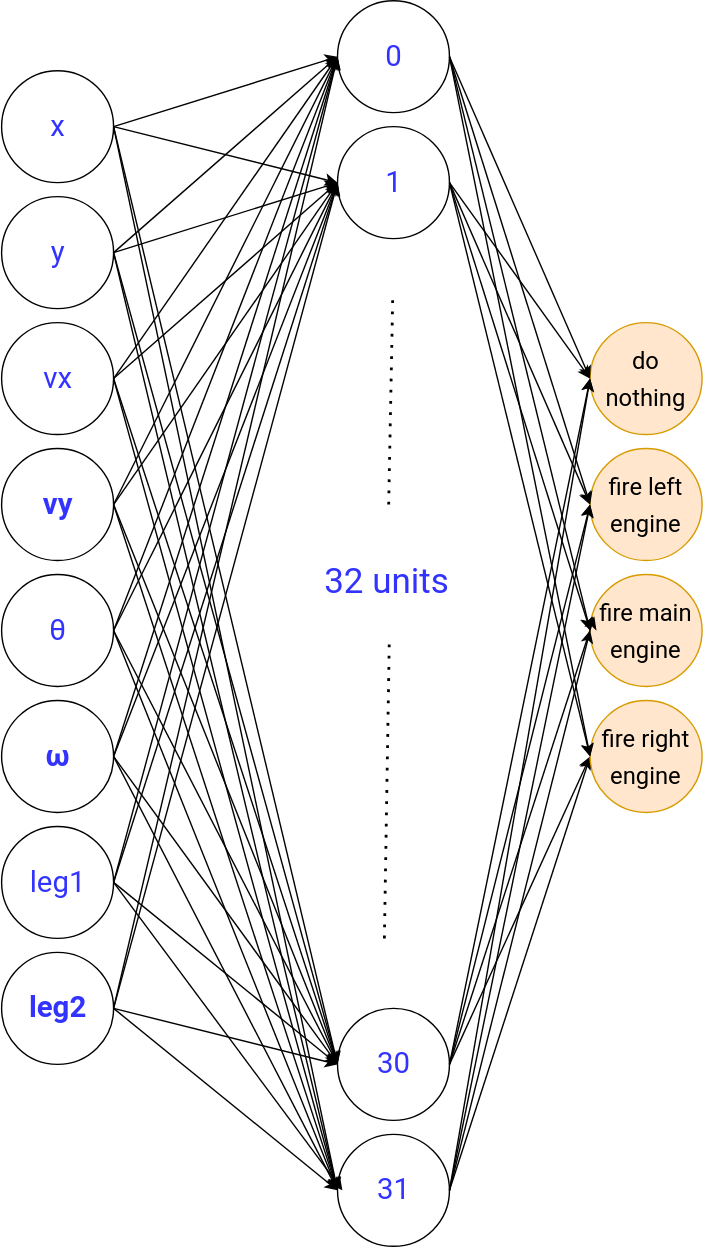
Paulescu/hands-on-rl keeps this draw.io diagram as 04_lunar_lander/images/policy_network.svg. Above is the earlier version. Source tidied: cells renumbered, new cells last; positions are measured from the earlier drawing's top-left corner, leaving out a move shared by most shapes.
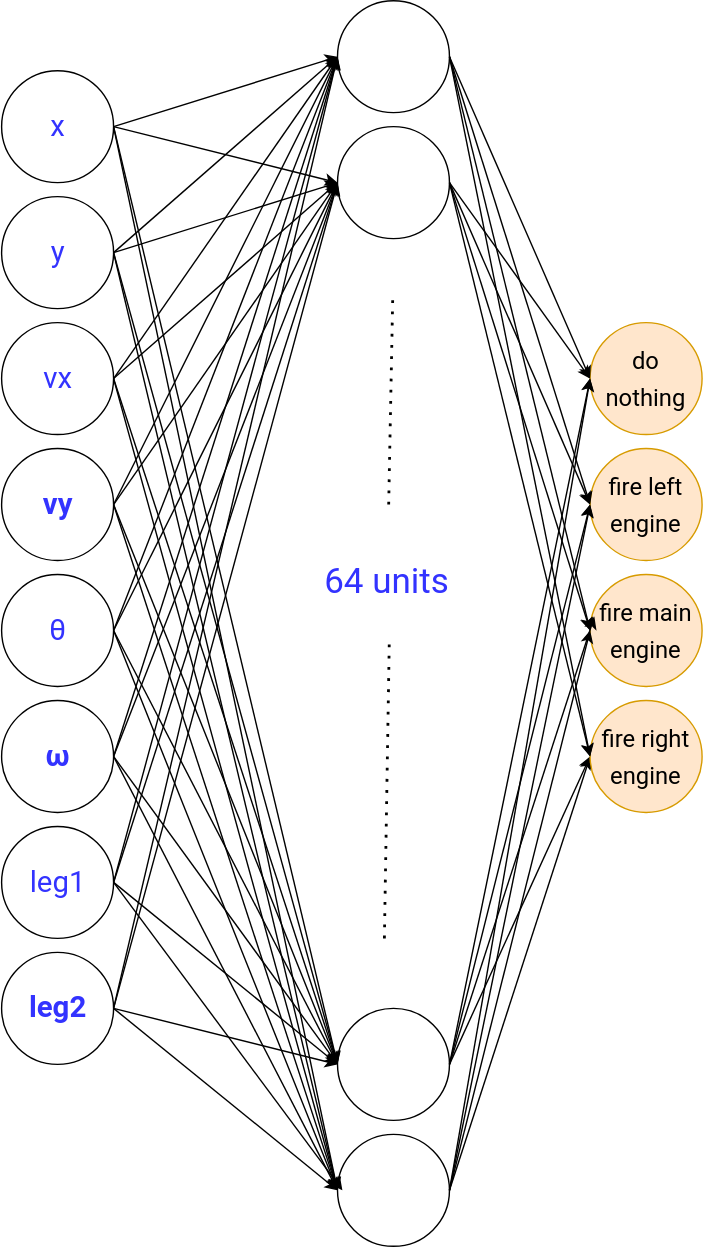
Later version of the same file.

What changed in the source:
```diff
@@ -14,10 +14,10 @@
     <mxCell id="5" value="&lt;b style=&quot;color: rgb(0 , 0 , 0) ; background-color: rgb(255 , 255 , 255)&quot;&gt;&lt;font color=&quot;#3333ff&quot;&gt;vy&lt;/font&gt;&lt;/b&gt;" style="ellipse;whiteSpace=wrap;html=1;fontFamily=Roboto;fontSource=https%3A%2F%2Ffonts.googleapis.com%2Fcss%3Ffamily%3DRoboto;fontSize=21;fontColor=#3333FF;" parent="1" vertex="1">
       <mxGeometry x="0.5" y="320" width="80" height="80" as="geometry" />
     </mxCell>
-    <mxCell id="6" value="0" style="ellipse;whiteSpace=wrap;html=1;fontFamily=Roboto;fontSource=https%3A%2F%2Ffonts.googleapis.com%2Fcss%3Ffamily%3DRoboto;fontSize=21;fontColor=#3333FF;" parent="1" vertex="1">
+    <mxCell id="6" style="ellipse;whiteSpace=wrap;html=1;fontFamily=Roboto;fontSource=https%3A%2F%2Ffonts.googleapis.com%2Fcss%3Ffamily%3DRoboto;fontSize=21;fontColor=#3333FF;" parent="1" vertex="1">
       <mxGeometry x="240.5" width="80" height="80" as="geometry" />
     </mxCell>
-    <mxCell id="7" value="1" style="ellipse;whiteSpace=wrap;html=1;fontFamily=Roboto;fontSource=https%3A%2F%2Ffonts.googleapis.com%2Fcss%3Ffamily%3DRoboto;fontSize=21;fontColor=#3333FF;" parent="1" vertex="1">
+    <mxCell id="7" style="ellipse;whiteSpace=wrap;html=1;fontFamily=Roboto;fontSource=https%3A%2F%2Ffonts.googleapis.com%2Fcss%3Ffamily%3DRoboto;fontSize=21;fontColor=#3333FF;" parent="1" vertex="1">
       <mxGeometry x="240.5" y="90" width="80" height="80" as="geometry" />
     </mxCell>
     <mxCell id="8" style="endArrow=classic;html=1;rounded=0;fontFamily=Roboto;fontSource=https%3A%2F%2Ffonts.googleapis.com%2Fcss%3Ffamily%3DRoboto;fontSize=17;fontColor=#3333FF;exitX=1;exitY=0.5;exitDx=0;exitDy=0;entryX=0;entryY=0.5;entryDx=0;entryDy=0;" parent="1" edge="1" source="2" target="6">
@@ -54,10 +54,10 @@
     <mxCell id="17" value="&lt;span style=&quot;font-size: 17px&quot;&gt;fire left engine&lt;/span&gt;" style="ellipse;whiteSpace=wrap;html=1;fontFamily=Roboto;fontSource=https%3A%2F%2Ffonts.googleapis.com%2Fcss%3Ffamily%3DRoboto;fontSize=21;fillColor=#ffe6cc;strokeColor=#d79b00;" parent="1" vertex="1">
       <mxGeometry x="421" y="320" width="80" height="80" as="geometry" />
     </mxCell>
-    <mxCell id="18" value="30" style="ellipse;whiteSpace=wrap;html=1;fontFamily=Roboto;fontSource=https%3A%2F%2Ffonts.googleapis.com%2Fcss%3Ffamily%3DRoboto;fontSize=21;fontColor=#3333FF;" parent="1" vertex="1">
+    <mxCell id="18" style="ellipse;whiteSpace=wrap;html=1;fontFamily=Roboto;fontSource=https%3A%2F%2Ffonts.googleapis.com%2Fcss%3Ffamily%3DRoboto;fontSize=21;fontColor=#3333FF;" parent="1" vertex="1">
       <mxGeometry x="240.5" y="720" width="80" height="80" as="geometry" />
     </mxCell>
-    <mxCell id="19" value="31" style="ellipse;whiteSpace=wrap;html=1;fontFamily=Roboto;fontSource=https%3A%2F%2Ffonts.googleapis.com%2Fcss%3Ffamily%3DRoboto;fontSize=21;fontColor=#3333FF;" parent="1" vertex="1">
+    <mxCell id="19" style="ellipse;whiteSpace=wrap;html=1;fontFamily=Roboto;fontSource=https%3A%2F%2Ffonts.googleapis.com%2Fcss%3Ffamily%3DRoboto;fontSize=21;fontColor=#3333FF;" parent="1" vertex="1">
       <mxGeometry x="240.5" y="810" width="80" height="80" as="geometry" />
     </mxCell>
     <mxCell id="20" style="endArrow=none;dashed=1;html=1;dashPattern=1 3;strokeWidth=2;rounded=0;" parent="1" edge="1" source="67">
@@ -215,7 +215,7 @@
     <mxCell id="66" style="endArrow=classic;html=1;rounded=0;fontFamily=Roboto;fontSource=https%3A%2F%2Ffonts.googleapis.com%2Fcss%3Ffamily%3DRoboto;fontSize=17;fontColor=#3333FF;exitX=1;exitY=0.5;exitDx=0;exitDy=0;entryX=0.038;entryY=0.375;entryDx=0;entryDy=0;entryPerimeter=0;" parent="1" edge="1" source="18" target="41">
       <mxGeometry relative="1" as="geometry" />
     </mxCell>
-    <mxCell id="67" value="&lt;font face=&quot;Roboto&quot; color=&quot;#3333ff&quot;&gt;&lt;font style=&quot;font-size: 25px&quot;&gt;32 units&lt;/font&gt;&lt;br&gt;&lt;/font&gt;" style="text;html=1;strokeColor=none;fillColor=none;align=center;verticalAlign=middle;whiteSpace=wrap;rounded=0;" parent="1" vertex="1">
+    <mxCell id="67" value="&lt;font face=&quot;Roboto&quot; color=&quot;#3333ff&quot;&gt;&lt;font style=&quot;font-size: 25px&quot;&gt;64 units&lt;/font&gt;&lt;br&gt;&lt;/font&gt;" style="text;html=1;strokeColor=none;fillColor=none;align=center;verticalAlign=middle;whiteSpace=wrap;rounded=0;" parent="1" vertex="1">
       <mxGeometry x="201" y="360" width="150" height="110" as="geometry" />
     </mxCell>
     <mxCell id="68" style="endArrow=none;dashed=1;html=1;dashPattern=1 3;strokeWidth=2;rounded=0;" parent="1" edge="1">
```
